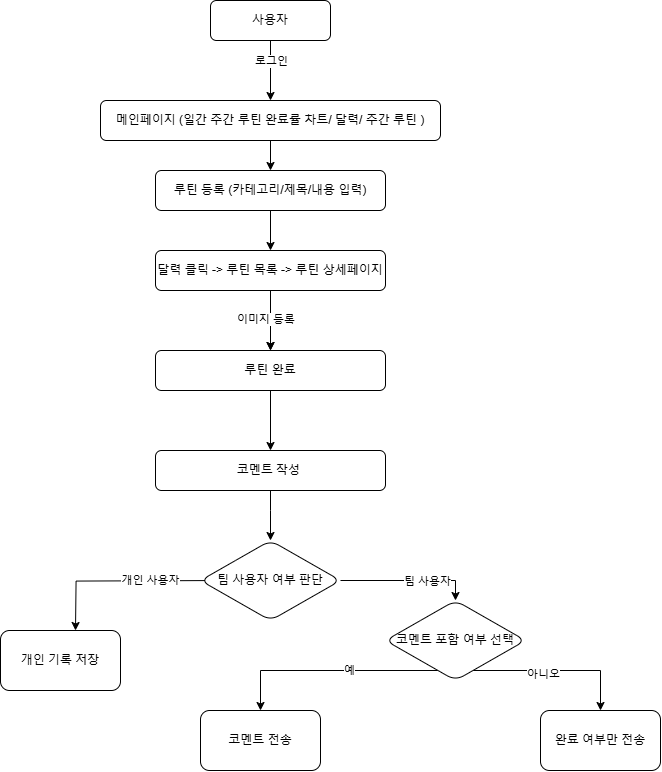
Earlier version of the draw.io export WR 다이어그램.drawio.png (p4rksk/WR). Source tidied: cells renumbered, new cells last; positions are measured from the earlier drawing's top-left corner, leaving out a move shared by most shapes. The source it was exported from:
```xml
<mxGraphModel>
  <root>
    <mxCell id="0" />
    <mxCell id="1" parent="0" />
    <mxCell id="2" style="edgeStyle=orthogonalEdgeStyle;rounded=0;jettySize=auto;html=1;" parent="1" edge="1" source="4" target="6">
      <mxGeometry relative="1" as="geometry" />
    </mxCell>
    <mxCell id="3" value="로그인" style="edgeLabel;html=1;align=center;verticalAlign=middle;" parent="2" vertex="1">
      <mxGeometry x="-0.31" relative="1" as="geometry" />
    </mxCell>
    <mxCell id="4" value="사용자" style="rounded=1;whiteSpace=wrap;html=1;fontSize=12;glass=0;strokeWidth=1;shadow=0;" parent="1" vertex="1">
      <mxGeometry x="210" width="120" height="40" as="geometry" />
    </mxCell>
    <mxCell id="5" style="edgeStyle=orthogonalEdgeStyle;rounded=0;jettySize=auto;html=1;" parent="1" edge="1" source="6" target="8">
      <mxGeometry relative="1" as="geometry" />
    </mxCell>
    <mxCell id="6" value="메인페이지 (일간 주간 루틴 완료률 차트/ 달력/ 주간 루틴&amp;nbsp;)" style="rounded=1;whiteSpace=wrap;html=1;fontSize=12;glass=0;strokeWidth=1;shadow=0;" parent="1" vertex="1">
      <mxGeometry x="100" y="100" width="340" height="40" as="geometry" />
    </mxCell>
    <mxCell id="7" style="edgeStyle=orthogonalEdgeStyle;rounded=0;jettySize=auto;html=1;" parent="1" edge="1" source="8" target="12">
      <mxGeometry relative="1" as="geometry" />
    </mxCell>
    <mxCell id="8" value="루틴 등록 (카테고리/제목/내용 입력)" style="rounded=1;whiteSpace=wrap;html=1;fontSize=12;glass=0;strokeWidth=1;shadow=0;" parent="1" vertex="1">
      <mxGeometry x="155" y="170" width="230" height="40" as="geometry" />
    </mxCell>
    <mxCell id="9" style="edgeStyle=orthogonalEdgeStyle;rounded=0;jettySize=auto;html=1;" parent="1" edge="1" source="12" target="14">
      <mxGeometry relative="1" as="geometry" />
    </mxCell>
    <mxCell id="10" style="edgeStyle=orthogonalEdgeStyle;rounded=0;jettySize=auto;html=1;" parent="1" edge="1" source="12" target="14">
      <mxGeometry relative="1" as="geometry" />
    </mxCell>
    <mxCell id="11" value="이미지 등록&amp;nbsp;" style="edgeLabel;html=1;align=center;verticalAlign=middle;" parent="10" vertex="1">
      <mxGeometry x="-0.05" y="-4" relative="1" as="geometry" />
    </mxCell>
    <mxCell id="12" value="달력 클릭 -&amp;gt; 루틴 목록 -&amp;gt; 루틴 상세페이지" style="rounded=1;whiteSpace=wrap;html=1;fontSize=12;glass=0;strokeWidth=1;shadow=0;" parent="1" vertex="1">
      <mxGeometry x="155" y="250" width="230" height="40" as="geometry" />
    </mxCell>
    <mxCell id="13" style="edgeStyle=orthogonalEdgeStyle;rounded=0;jettySize=auto;html=1;" parent="1" edge="1" source="14" target="16">
      <mxGeometry relative="1" as="geometry" />
    </mxCell>
    <mxCell id="14" value="루틴 완료" style="rounded=1;whiteSpace=wrap;html=1;fontSize=12;glass=0;strokeWidth=1;shadow=0;" parent="1" vertex="1">
      <mxGeometry x="155" y="350" width="230" height="40" as="geometry" />
    </mxCell>
    <mxCell id="15" style="edgeStyle=orthogonalEdgeStyle;rounded=0;jettySize=auto;html=1;" parent="1" edge="1" source="16" target="20">
      <mxGeometry relative="1" as="geometry">
        <Array as="points">
          <mxPoint x="270" y="510" />
          <mxPoint x="270" y="510" />
        </Array>
      </mxGeometry>
    </mxCell>
    <mxCell id="16" value="코멘트 작성&amp;nbsp;" style="rounded=1;whiteSpace=wrap;html=1;fontSize=12;glass=0;strokeWidth=1;shadow=0;" parent="1" vertex="1">
      <mxGeometry x="155" y="450" width="230" height="40" as="geometry" />
    </mxCell>
    <mxCell id="17" value="개인 사용자" style="edgeStyle=orthogonalEdgeStyle;rounded=0;orthogonalLoop=1;jettySize=auto;html=1;" parent="1" edge="1">
      <mxGeometry x="-0.25" relative="1" as="geometry">
        <mxPoint x="225" y="580" as="sourcePoint" />
        <mxPoint x="75" y="630" as="targetPoint" />
        <mxPoint x="-1" as="offset" />
      </mxGeometry>
    </mxCell>
    <mxCell id="18" style="edgeStyle=orthogonalEdgeStyle;rounded=0;jettySize=auto;html=1;" parent="1" edge="1" source="20" target="24">
      <mxGeometry relative="1" as="geometry">
        <Array as="points">
          <mxPoint x="455" y="580" />
        </Array>
      </mxGeometry>
    </mxCell>
    <mxCell id="19" value="팀&lt;span style=&quot;background-color: light-dark(#ffffff, var(--ge-dark-color, #121212)); color: light-dark(rgb(0, 0, 0), rgb(255, 255, 255));&quot;&gt;&amp;nbsp;사용자&lt;/span&gt;" style="edgeLabel;html=1;align=center;verticalAlign=middle;" parent="18" vertex="1">
      <mxGeometry x="-0.41" y="-5" relative="1" as="geometry">
        <mxPoint x="46" y="-5" as="offset" />
      </mxGeometry>
    </mxCell>
    <mxCell id="20" value="팀 사용자 여부 판단" style="rhombus;whiteSpace=wrap;html=1;rounded=1;glass=0;strokeWidth=1;shadow=0;" parent="1" vertex="1">
      <mxGeometry x="200" y="540" width="140" height="80" as="geometry" />
    </mxCell>
    <mxCell id="21" value="개인 기록 저장" style="whiteSpace=wrap;html=1;rounded=1;glass=0;strokeWidth=1;shadow=0;" parent="1" vertex="1">
      <mxGeometry y="630" width="120" height="60" as="geometry" />
    </mxCell>
    <mxCell id="22" value="예" style="edgeStyle=orthogonalEdgeStyle;rounded=0;jettySize=auto;html=1;" parent="1" edge="1" source="24" target="25">
      <mxGeometry x="-0.17" relative="1" as="geometry">
        <Array as="points">
          <mxPoint x="390" y="670" />
          <mxPoint x="390" y="670" />
        </Array>
        <mxPoint x="1" as="offset" />
      </mxGeometry>
    </mxCell>
    <mxCell id="23" style="edgeStyle=orthogonalEdgeStyle;rounded=0;jettySize=auto;html=1;" parent="1" edge="1" source="24" target="26">
      <mxGeometry relative="1" as="geometry">
        <Array as="points">
          <mxPoint x="600" y="670" />
          <mxPoint x="600" y="670" />
        </Array>
      </mxGeometry>
    </mxCell>
    <mxCell id="24" value="코멘트 포함 여부 선택" style="rhombus;whiteSpace=wrap;html=1;rounded=1;glass=0;strokeWidth=1;shadow=0;" parent="1" vertex="1">
      <mxGeometry x="385" y="600" width="140" height="80" as="geometry" />
    </mxCell>
    <mxCell id="25" value="코멘트 전송" style="whiteSpace=wrap;html=1;rounded=1;glass=0;strokeWidth=1;shadow=0;" parent="1" vertex="1">
      <mxGeometry x="200" y="710" width="120" height="60" as="geometry" />
    </mxCell>
    <mxCell id="26" value="완료 여부만 전송" style="whiteSpace=wrap;html=1;rounded=1;glass=0;strokeWidth=1;shadow=0;" parent="1" vertex="1">
      <mxGeometry x="540" y="710" width="120" height="60" as="geometry" />
    </mxCell>
    <mxCell id="27" value="&lt;span style=&quot;color: rgb(0, 0, 0); font-family: Helvetica; font-size: 11px; font-style: normal; font-variant-ligatures: normal; font-variant-caps: normal; font-weight: 400; letter-spacing: normal; orphans: 2; text-align: center; text-indent: 0px; text-transform: none; widows: 2; word-spacing: 0px; -webkit-text-stroke-width: 0px; white-space: nowrap; background-color: rgb(255, 255, 255); text-decoration-thickness: initial; text-decoration-style: initial; text-decoration-color: initial; float: none; display: inline !important;&quot;&gt;아니오&lt;/span&gt;" style="text;whiteSpace=wrap;html=1;" parent="1" vertex="1">
      <mxGeometry x="525" y="660" width="90" height="40" as="geometry" />
    </mxCell>
  </root>
</mxGraphModel>
```
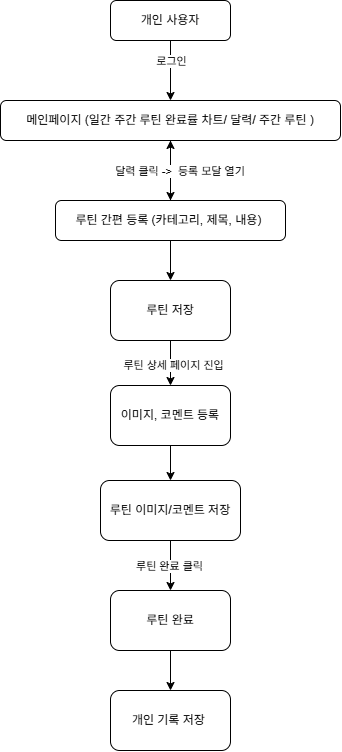
The same file after the commit.

What changed in the source:
```diff
@@ -8,103 +8,61 @@
     <mxCell id="3" value="로그인" style="edgeLabel;html=1;align=center;verticalAlign=middle;" parent="2" vertex="1">
       <mxGeometry x="-0.31" relative="1" as="geometry" />
     </mxCell>
-    <mxCell id="4" value="사용자" style="rounded=1;whiteSpace=wrap;html=1;fontSize=12;glass=0;strokeWidth=1;shadow=0;" parent="1" vertex="1">
-      <mxGeometry x="210" width="120" height="40" as="geometry" />
+    <mxCell id="4" value="개인 사용자" style="rounded=1;whiteSpace=wrap;html=1;fontSize=12;glass=0;strokeWidth=1;shadow=0;" parent="1" vertex="1">
+      <mxGeometry x="230" width="120" height="40" as="geometry" />
     </mxCell>
     <mxCell id="5" style="edgeStyle=orthogonalEdgeStyle;rounded=0;jettySize=auto;html=1;" parent="1" edge="1" source="6" target="8">
       <mxGeometry relative="1" as="geometry" />
     </mxCell>
     <mxCell id="6" value="메인페이지 (일간 주간 루틴 완료률 차트/ 달력/ 주간 루틴&amp;nbsp;)" style="rounded=1;whiteSpace=wrap;html=1;fontSize=12;glass=0;strokeWidth=1;shadow=0;" parent="1" vertex="1">
-      <mxGeometry x="100" y="100" width="340" height="40" as="geometry" />
+      <mxGeometry x="120" y="100" width="340" height="40" as="geometry" />
     </mxCell>
-    <mxCell id="7" style="edgeStyle=orthogonalEdgeStyle;rounded=0;jettySize=auto;html=1;" parent="1" edge="1" source="8" target="12">
-      <mxGeometry relative="1" as="geometry" />
-    </mxCell>
+    <mxCell id="28" style="edgeStyle=orthogonalEdgeStyle;rounded=0;jettySize=auto;html=1;" parent="1" edge="1" source="8" target="6">
+      <mxGeometry relative="1" as="geometry" />
+    </mxCell>
+    <mxCell id="29" value="달력 클릭 -&amp;gt;&amp;nbsp; 등록 모달 열기&lt;span style=&quot;background-color: light-dark(#ffffff, var(--ge-dark-color, #121212)); color: light-dark(rgb(0, 0, 0), rgb(255, 255, 255));&quot;&gt;&amp;nbsp;&lt;/span&gt;" style="edgeLabel;html=1;align=center;verticalAlign=middle;" parent="28" vertex="1">
+      <mxGeometry x="0.32" y="4" relative="1" as="geometry">
+        <mxPoint x="14" y="10" as="offset" />
+      </mxGeometry>
+    </mxCell>
+    <mxCell id="30" style="edgeStyle=orthogonalEdgeStyle;rounded=0;jettySize=auto;html=1;" parent="1" edge="1" source="8" target="33">
+      <mxGeometry relative="1" as="geometry" />
+    </mxCell>
-    <mxCell id="8" value="루틴 등록 (카테고리/제목/내용 입력)" style="rounded=1;whiteSpace=wrap;html=1;fontSize=12;glass=0;strokeWidth=1;shadow=0;" parent="1" vertex="1">
-      <mxGeometry x="155" y="170" width="230" height="40" as="geometry" />
+    <mxCell id="8" value="루틴 간편 등록 (카테고리, 제목, 내용)&amp;nbsp;" style="rounded=1;whiteSpace=wrap;html=1;fontSize=12;glass=0;strokeWidth=1;shadow=0;" parent="1" vertex="1">
+      <mxGeometry x="175" y="200" width="230" height="40" as="geometry" />
     </mxCell>
-    <mxCell id="9" style="edgeStyle=orthogonalEdgeStyle;rounded=0;jettySize=auto;html=1;" parent="1" edge="1" source="12" target="14">
-      <mxGeometry relative="1" as="geometry" />
-    </mxCell>
-    <mxCell id="10" style="edgeStyle=orthogonalEdgeStyle;rounded=0;jettySize=auto;html=1;" parent="1" edge="1" source="12" target="14">
-      <mxGeometry relative="1" as="geometry" />
-    </mxCell>
-    <mxCell id="11" value="이미지 등록&amp;nbsp;" style="edgeLabel;html=1;align=center;verticalAlign=middle;" parent="10" vertex="1">
-      <mxGeometry x="-0.05" y="-4" relative="1" as="geometry" />
-    </mxCell>
-    <mxCell id="12" value="달력 클릭 -&amp;gt; 루틴 목록 -&amp;gt; 루틴 상세페이지" style="rounded=1;whiteSpace=wrap;html=1;fontSize=12;glass=0;strokeWidth=1;shadow=0;" parent="1" vertex="1">
-      <mxGeometry x="155" y="250" width="230" height="40" as="geometry" />
-    </mxCell>
-    <mxCell id="13" style="edgeStyle=orthogonalEdgeStyle;rounded=0;jettySize=auto;html=1;" parent="1" edge="1" source="14" target="16">
-      <mxGeometry relative="1" as="geometry" />
-    </mxCell>
+    <mxCell id="31" style="edgeStyle=orthogonalEdgeStyle;rounded=0;jettySize=auto;html=1;" parent="1" edge="1" source="33" target="35">
+      <mxGeometry relative="1" as="geometry" />
+    </mxCell>
+    <mxCell id="32" value="루틴 상세 페이지 진입" style="edgeLabel;html=1;align=center;verticalAlign=middle;" parent="31" vertex="1">
+      <mxGeometry x="0.11" y="2" relative="1" as="geometry" />
+    </mxCell>
+    <mxCell id="33" value="루틴 저장" style="whiteSpace=wrap;html=1;rounded=1;glass=0;strokeWidth=1;shadow=0;" parent="1" vertex="1">
+      <mxGeometry x="230" y="280" width="120" height="60" as="geometry" />
+    </mxCell>
+    <mxCell id="34" style="edgeStyle=orthogonalEdgeStyle;rounded=0;jettySize=auto;html=1;" parent="1" edge="1" source="35" target="38">
+      <mxGeometry relative="1" as="geometry" />
+    </mxCell>
+    <mxCell id="35" value="이미지, 코멘트 등록" style="whiteSpace=wrap;html=1;rounded=1;glass=0;strokeWidth=1;shadow=0;" parent="1" vertex="1">
+      <mxGeometry x="230" y="385" width="120" height="60" as="geometry" />
+    </mxCell>
+    <mxCell id="36" style="edgeStyle=orthogonalEdgeStyle;rounded=0;jettySize=auto;html=1;" parent="1" edge="1" source="38" target="14">
+      <mxGeometry relative="1" as="geometry" />
+    </mxCell>
+    <mxCell id="37" value="루틴 완료 클릭" style="edgeLabel;html=1;align=center;verticalAlign=middle;" parent="36" vertex="1">
+      <mxGeometry y="-2" relative="1" as="geometry" />
+    </mxCell>
+    <mxCell id="38" value="루틴 이미지/코멘트&lt;span style=&quot;background-color: transparent; color: light-dark(rgb(0, 0, 0), rgb(255, 255, 255));&quot;&gt;&amp;nbsp;저장&lt;/span&gt;" style="whiteSpace=wrap;html=1;rounded=1;glass=0;strokeWidth=1;shadow=0;" parent="1" vertex="1">
+      <mxGeometry x="220" y="480" width="140" height="60" as="geometry" />
+    </mxCell>
+    <mxCell id="39" style="edgeStyle=orthogonalEdgeStyle;rounded=0;jettySize=auto;html=1;" parent="1" edge="1" source="14" target="21">
+      <mxGeometry relative="1" as="geometry" />
+    </mxCell>
-    <mxCell id="14" value="루틴 완료" style="rounded=1;whiteSpace=wrap;html=1;fontSize=12;glass=0;strokeWidth=1;shadow=0;" parent="1" vertex="1">
-      <mxGeometry x="155" y="350" width="230" height="40" as="geometry" />
+    <mxCell id="14" value="루틴 완료" style="whiteSpace=wrap;html=1;rounded=1;glass=0;strokeWidth=1;shadow=0;" parent="1" vertex="1">
+      <mxGeometry x="230" y="590" width="120" height="60" as="geometry" />
     </mxCell>
-    <mxCell id="15" style="edgeStyle=orthogonalEdgeStyle;rounded=0;jettySize=auto;html=1;" parent="1" edge="1" source="16" target="20">
-      <mxGeometry relative="1" as="geometry">
-        <Array as="points">
-          <mxPoint x="270" y="510" />
-          <mxPoint x="270" y="510" />
-        </Array>
-      </mxGeometry>
-    </mxCell>
-    <mxCell id="16" value="코멘트 작성&amp;nbsp;" style="rounded=1;whiteSpace=wrap;html=1;fontSize=12;glass=0;strokeWidth=1;shadow=0;" parent="1" vertex="1">
-      <mxGeometry x="155" y="450" width="230" height="40" as="geometry" />
-    </mxCell>
-    <mxCell id="17" value="개인 사용자" style="edgeStyle=orthogonalEdgeStyle;rounded=0;orthogonalLoop=1;jettySize=auto;html=1;" parent="1" edge="1">
-      <mxGeometry x="-0.25" relative="1" as="geometry">
-        <mxPoint x="225" y="580" as="sourcePoint" />
-        <mxPoint x="75" y="630" as="targetPoint" />
-        <mxPoint x="-1" as="offset" />
-      </mxGeometry>
-    </mxCell>
-    <mxCell id="18" style="edgeStyle=orthogonalEdgeStyle;rounded=0;jettySize=auto;html=1;" parent="1" edge="1" source="20" target="24">
-      <mxGeometry relative="1" as="geometry">
-        <Array as="points">
-          <mxPoint x="455" y="580" />
-        </Array>
-      </mxGeometry>
-    </mxCell>
-    <mxCell id="19" value="팀&lt;span style=&quot;background-color: light-dark(#ffffff, var(--ge-dark-color, #121212)); color: light-dark(rgb(0, 0, 0), rgb(255, 255, 255));&quot;&gt;&amp;nbsp;사용자&lt;/span&gt;" style="edgeLabel;html=1;align=center;verticalAlign=middle;" parent="18" vertex="1">
-      <mxGeometry x="-0.41" y="-5" relative="1" as="geometry">
-        <mxPoint x="46" y="-5" as="offset" />
-      </mxGeometry>
-    </mxCell>
-    <mxCell id="20" value="팀 사용자 여부 판단" style="rhombus;whiteSpace=wrap;html=1;rounded=1;glass=0;strokeWidth=1;shadow=0;" parent="1" vertex="1">
-      <mxGeometry x="200" y="540" width="140" height="80" as="geometry" />
-    </mxCell>
-    <mxCell id="21" value="개인 기록 저장" style="whiteSpace=wrap;html=1;rounded=1;glass=0;strokeWidth=1;shadow=0;" parent="1" vertex="1">
-      <mxGeometry y="630" width="120" height="60" as="geometry" />
+    <mxCell id="21" value="개인 기록 저장&amp;nbsp;" style="whiteSpace=wrap;html=1;rounded=1;glass=0;strokeWidth=1;shadow=0;" parent="1" vertex="1">
+      <mxGeometry x="230" y="690" width="120" height="60" as="geometry" />
     </mxCell>
-    <mxCell id="22" value="예" style="edgeStyle=orthogonalEdgeStyle;rounded=0;jettySize=auto;html=1;" parent="1" edge="1" source="24" target="25">
-      <mxGeometry x="-0.17" relative="1" as="geometry">
-        <Array as="points">
-          <mxPoint x="390" y="670" />
-          <mxPoint x="390" y="670" />
-        </Array>
-        <mxPoint x="1" as="offset" />
-      </mxGeometry>
-    </mxCell>
-    <mxCell id="23" style="edgeStyle=orthogonalEdgeStyle;rounded=0;jettySize=auto;html=1;" parent="1" edge="1" source="24" target="26">
-      <mxGeometry relative="1" as="geometry">
-        <Array as="points">
-          <mxPoint x="600" y="670" />
-          <mxPoint x="600" y="670" />
-        </Array>
-      </mxGeometry>
-    </mxCell>
-    <mxCell id="24" value="코멘트 포함 여부 선택" style="rhombus;whiteSpace=wrap;html=1;rounded=1;glass=0;strokeWidth=1;shadow=0;" parent="1" vertex="1">
-      <mxGeometry x="385" y="600" width="140" height="80" as="geometry" />
-    </mxCell>
-    <mxCell id="25" value="코멘트 전송" style="whiteSpace=wrap;html=1;rounded=1;glass=0;strokeWidth=1;shadow=0;" parent="1" vertex="1">
-      <mxGeometry x="200" y="710" width="120" height="60" as="geometry" />
-    </mxCell>
-    <mxCell id="26" value="완료 여부만 전송" style="whiteSpace=wrap;html=1;rounded=1;glass=0;strokeWidth=1;shadow=0;" parent="1" vertex="1">
-      <mxGeometry x="540" y="710" width="120" height="60" as="geometry" />
-    </mxCell>
-    <mxCell id="27" value="&lt;span style=&quot;color: rgb(0, 0, 0); font-family: Helvetica; font-size: 11px; font-style: normal; font-variant-ligatures: normal; font-variant-caps: normal; font-weight: 400; letter-spacing: normal; orphans: 2; text-align: center; text-indent: 0px; text-transform: none; widows: 2; word-spacing: 0px; -webkit-text-stroke-width: 0px; white-space: nowrap; background-color: rgb(255, 255, 255); text-decoration-thickness: initial; text-decoration-style: initial; text-decoration-color: initial; float: none; display: inline !important;&quot;&gt;아니오&lt;/span&gt;" style="text;whiteSpace=wrap;html=1;" parent="1" vertex="1">
-      <mxGeometry x="525" y="660" width="90" height="40" as="geometry" />
-    </mxCell>
   </root>
 </mxGraphModel>
```
